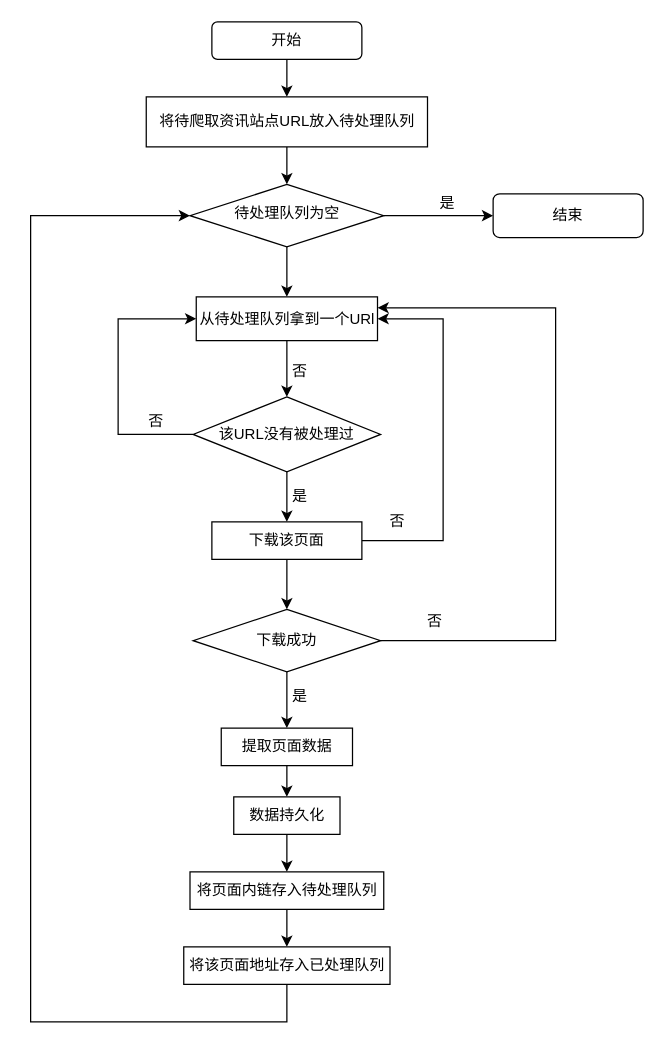
stormwasd/draw_io keeps this draw.io diagram as 未命名绘图.drawio. Above is the earlier version. Source tidied: cells renumbered, new cells numbered last; positions are measured from the earlier drawing's top-left corner, leaving out a move shared by most shapes. Both pictures are drawn from the tidied source at 125%, with x=0, y=0 at pixel (30, 21).
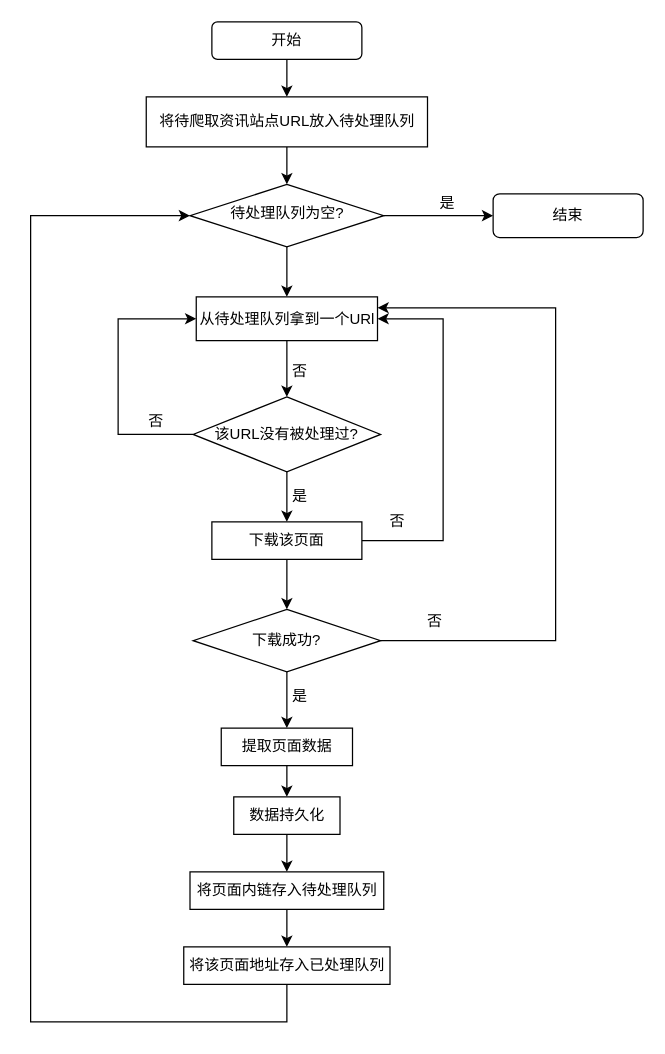
After the change.

Commit message:
Update 未命名绘图.drawio

What changed in the source:
```diff
@@
-    <mxCell id="7" value="待处理队列为空" style="rhombus;whiteSpace=wrap;html=1;shadow=0;fontFamily=Helvetica;fontSize=12;align=center;strokeWidth=1;spacing=6;spacingTop=-4;" parent="1" vertex="1">
+    <mxCell id="7" value="待处理队列为空?" style="rhombus;whiteSpace=wrap;html=1;shadow=0;fontFamily=Helvetica;fontSize=12;align=center;strokeWidth=1;spacing=6;spacingTop=-4;" parent="1" vertex="1">
       <mxGeometry x="127.5" y="130" width="155" height="50" as="geometry" />
     </mxCell>
@@
-    <mxCell id="16" value="该URL没有被处理过" style="rhombus;whiteSpace=wrap;html=1;" parent="1" vertex="1">
+    <mxCell id="16" value="该URL没有被处理过?" style="rhombus;whiteSpace=wrap;html=1;" parent="1" vertex="1">
       <mxGeometry x="130" y="300" width="150" height="60" as="geometry" />
     </mxCell>
@@
-    <mxCell id="24" value="下载成功" style="rhombus;whiteSpace=wrap;html=1;" parent="1" vertex="1">
+    <mxCell id="24" value="下载成功?" style="rhombus;whiteSpace=wrap;html=1;" parent="1" vertex="1">
       <mxGeometry x="130" y="470" width="150" height="50" as="geometry" />
     </mxCell>
```
